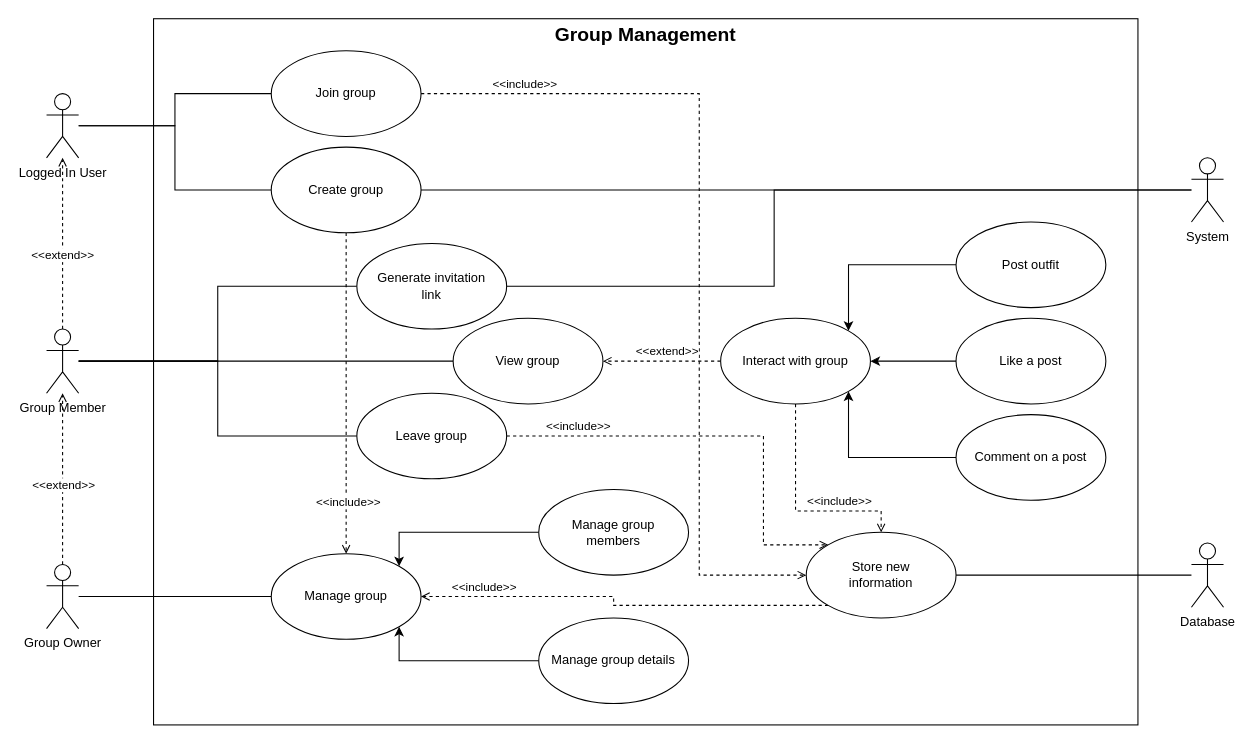
Before: docs/diagrams/ucd-group-management.drawio in gienon-fer/SeekFit, a draw.io diagram. Source tidied: cells renumbered, new cells numbered last; positions are measured from the earlier drawing's top-left corner, leaving out a move shared by most shapes. Both pictures are drawn from the tidied source at 107%, with x=0, y=0 at pixel (46, 18).
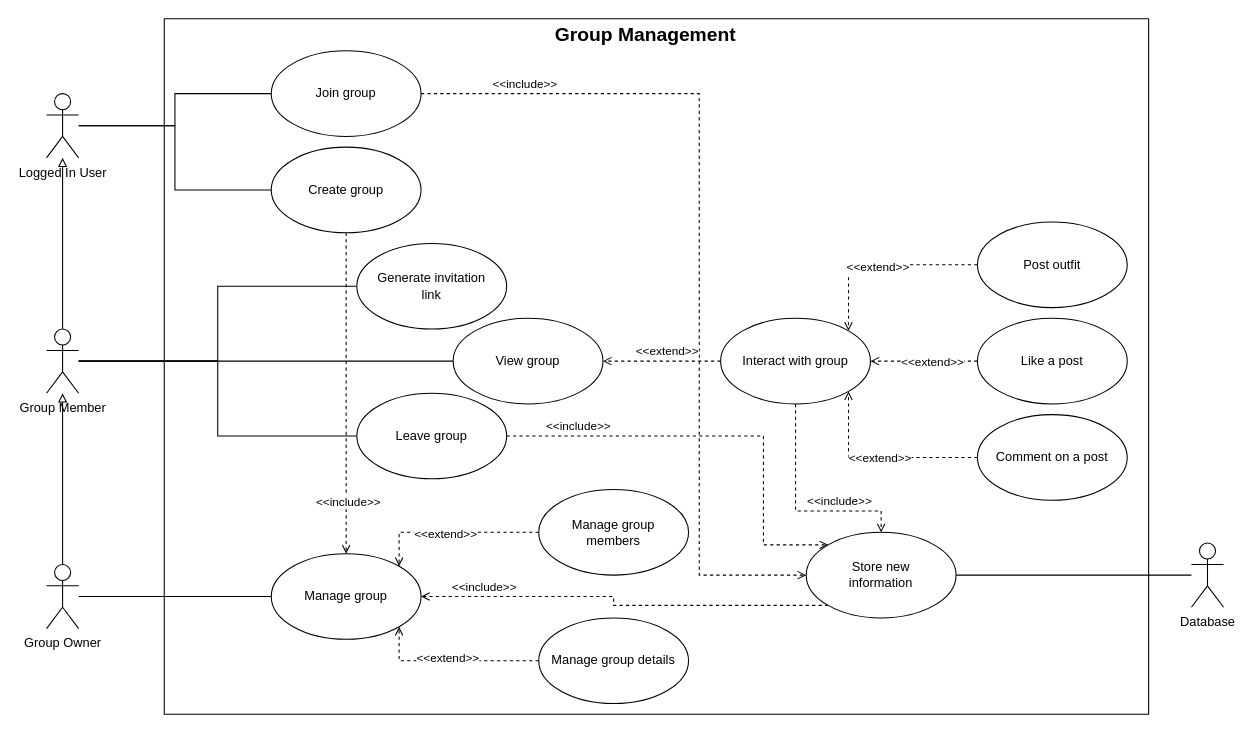
The same diagram, later.

Commit message:
Corercted group management UCD

The change refers to these unchanged cells:
```xml
<mxCell id="5" value="Logged In User" style="shape=umlActor;verticalLabelPosition=bottom;verticalAlign=top;html=1;outlineConnect=0;" parent="1" vertex="1">
  <mxGeometry y="70" width="30" height="60" as="geometry" />
</mxCell>
<mxCell id="11" value="Group Owner" style="shape=umlActor;verticalLabelPosition=bottom;verticalAlign=top;html=1;outlineConnect=0;" parent="1" vertex="1">
  <mxGeometry y="510" width="30" height="60" as="geometry" />
</mxCell>
<mxCell id="17" value="Group Member" style="shape=umlActor;verticalLabelPosition=bottom;verticalAlign=top;html=1;outlineConnect=0;" parent="1" vertex="1">
  <mxGeometry y="290" width="30" height="60" as="geometry" />
</mxCell>
<mxCell id="20" value="Create group" style="ellipse;whiteSpace=wrap;html=1;" parent="1" vertex="1">
  <mxGeometry x="210" y="120" width="140" height="80" as="geometry" />
</mxCell>
<mxCell id="25" value="&lt;div&gt;Manage group&lt;/div&gt;&lt;div&gt;members&lt;/div&gt;" style="ellipse;whiteSpace=wrap;html=1;" parent="1" vertex="1">
  <mxGeometry x="460" y="440" width="140" height="80" as="geometry" />
</mxCell>
<mxCell id="27" value="Manage group details" style="ellipse;whiteSpace=wrap;html=1;" parent="1" vertex="1">
  <mxGeometry x="460" y="560" width="140" height="80" as="geometry" />
</mxCell>
<mxCell id="28" value="Manage group" style="ellipse;whiteSpace=wrap;html=1;" parent="1" vertex="1">
  <mxGeometry x="210" y="500" width="140" height="80" as="geometry" />
</mxCell>
<mxCell id="29" value="&lt;div&gt;Generate invitation&lt;/div&gt;&lt;div&gt;link&lt;br&gt;&lt;/div&gt;" style="ellipse;whiteSpace=wrap;html=1;" parent="1" vertex="1">
  <mxGeometry x="290" y="210" width="140" height="80" as="geometry" />
</mxCell>
<mxCell id="38" value="Interact with group" style="ellipse;whiteSpace=wrap;html=1;" parent="1" vertex="1">
  <mxGeometry x="630" y="280" width="140" height="80" as="geometry" />
</mxCell>
```

What changed in the source:
```diff
@@
-    <mxCell id="2" style="rounded=0;whiteSpace=wrap;html=1;" parent="1" vertex="1">
-      <mxGeometry x="100" width="920" height="660" as="geometry" />
-    </mxCell>
@@
-    <mxCell id="8" style="edgeStyle=orthogonalEdgeStyle;rounded=0;jettySize=auto;html=1;dashed=1;endArrow=open;endFill=0;" parent="1" edge="1" source="11" target="17">
+    <mxCell id="8" style="edgeStyle=orthogonalEdgeStyle;rounded=0;jettySize=auto;html=1;endArrow=block;endFill=0;" parent="1" edge="1" source="11" target="17">
       <mxGeometry relative="1" as="geometry" />
     </mxCell>
-    <mxCell id="9" value="&amp;lt;&amp;lt;extend&amp;gt;&amp;gt;" style="edgeLabel;html=1;align=center;verticalAlign=middle;" parent="8" vertex="1">
-      <mxGeometry x="-0.06" relative="1" as="geometry" />
-    </mxCell>
@@
-    <mxCell id="12" style="edgeStyle=orthogonalEdgeStyle;rounded=0;jettySize=auto;html=1;dashed=1;endArrow=open;endFill=0;" parent="1" edge="1" source="17" target="5">
+    <mxCell id="12" style="edgeStyle=orthogonalEdgeStyle;rounded=0;jettySize=auto;html=1;endArrow=block;endFill=0;" parent="1" edge="1" source="17" target="5">
       <mxGeometry relative="1" as="geometry" />
     </mxCell>
-    <mxCell id="13" value="&amp;lt;&amp;lt;extend&amp;gt;&amp;gt;" style="edgeLabel;html=1;align=center;verticalAlign=middle;" parent="12" vertex="1">
-      <mxGeometry x="-0.12" y="1" relative="1" as="geometry" />
-    </mxCell>
@@
-    <mxCell id="24" style="edgeStyle=orthogonalEdgeStyle;rounded=0;jettySize=auto;html=1;exitX=0;exitY=0.5;exitDx=0;exitDy=0;entryX=1;entryY=0;entryDx=0;entryDy=0;" parent="1" edge="1" source="25" target="28">
+    <mxCell id="24" style="edgeStyle=orthogonalEdgeStyle;rounded=0;jettySize=auto;html=1;exitX=0;exitY=0.5;exitDx=0;exitDy=0;entryX=1;entryY=0;entryDx=0;entryDy=0;dashed=1;endArrow=open;endFill=0;" parent="1" edge="1" source="25" target="28">
       <mxGeometry relative="1" as="geometry">
         <Array as="points">
           <mxPoint x="330" y="480" />
         </Array>
       </mxGeometry>
     </mxCell>
+    <mxCell id="52" value="&amp;lt;&amp;lt;extend&amp;gt;&amp;gt;" style="edgeLabel;html=1;align=center;verticalAlign=middle;" parent="24" vertex="1">
+      <mxGeometry x="0.09" y="1" relative="1" as="geometry" />
+    </mxCell>
@@
-    <mxCell id="26" style="edgeStyle=orthogonalEdgeStyle;rounded=0;jettySize=auto;html=1;exitX=0;exitY=0.5;exitDx=0;exitDy=0;entryX=1;entryY=1;entryDx=0;entryDy=0;" parent="1" edge="1" source="27" target="28">
+    <mxCell id="26" style="edgeStyle=orthogonalEdgeStyle;rounded=0;jettySize=auto;html=1;exitX=0;exitY=0.5;exitDx=0;exitDy=0;entryX=1;entryY=1;entryDx=0;entryDy=0;dashed=1;endArrow=open;endFill=0;" parent="1" edge="1" source="27" target="28">
       <mxGeometry relative="1" as="geometry">
         <Array as="points">
           <mxPoint x="330" y="600" />
         </Array>
       </mxGeometry>
     </mxCell>
+    <mxCell id="53" value="&amp;lt;&amp;lt;extend&amp;gt;&amp;gt;" style="edgeLabel;html=1;align=center;verticalAlign=middle;" parent="26" vertex="1">
+      <mxGeometry x="0.06" y="-3" relative="1" as="geometry" />
+    </mxCell>
@@
-    <mxCell id="39" style="edgeStyle=orthogonalEdgeStyle;rounded=0;jettySize=auto;html=1;entryX=1;entryY=0;entryDx=0;entryDy=0;" parent="1" edge="1" source="40" target="38">
+    <mxCell id="39" style="edgeStyle=orthogonalEdgeStyle;rounded=0;jettySize=auto;html=1;entryX=1;entryY=0;entryDx=0;entryDy=0;startArrow=none;startFill=0;endArrow=open;endFill=0;dashed=1;" parent="1" edge="1" source="40" target="38">
       <mxGeometry relative="1" as="geometry" />
     </mxCell>
-    <mxCell id="40" value="Post outfit" style="ellipse;whiteSpace=wrap;html=1;" parent="1" vertex="1">
-      <mxGeometry x="850" y="190" width="140" height="80" as="geometry" />
-    </mxCell>
+    <mxCell id="54" value="&amp;lt;&amp;lt;extend&amp;gt;&amp;gt;" style="edgeLabel;html=1;align=center;verticalAlign=middle;" parent="39" vertex="1">
+      <mxGeometry x="0.03" y="1" relative="1" as="geometry" />
+    </mxCell>
-    <mxCell id="41" style="edgeStyle=orthogonalEdgeStyle;rounded=0;jettySize=auto;html=1;exitX=0;exitY=0.5;exitDx=0;exitDy=0;entryX=1;entryY=0.5;entryDx=0;entryDy=0;" parent="1" edge="1" source="42" target="38">
+    <mxCell id="41" style="edgeStyle=orthogonalEdgeStyle;rounded=0;jettySize=auto;html=1;exitX=0;exitY=0.5;exitDx=0;exitDy=0;entryX=1;entryY=0.5;entryDx=0;entryDy=0;dashed=1;endArrow=open;endFill=0;" parent="1" edge="1" source="42" target="38">
       <mxGeometry relative="1" as="geometry" />
     </mxCell>
-    <mxCell id="42" value="Like a post" style="ellipse;whiteSpace=wrap;html=1;" parent="1" vertex="1">
-      <mxGeometry x="850" y="280" width="140" height="80" as="geometry" />
-    </mxCell>
+    <mxCell id="55" value="&amp;lt;&amp;lt;extend&amp;gt;&amp;gt;" style="edgeLabel;html=1;align=center;verticalAlign=middle;" parent="41" vertex="1">
+      <mxGeometry x="0.27" y="-3" relative="1" as="geometry">
+        <mxPoint x="21" y="3" as="offset" />
+      </mxGeometry>
+    </mxCell>
-    <mxCell id="43" style="edgeStyle=orthogonalEdgeStyle;rounded=0;jettySize=auto;html=1;exitX=0;exitY=0.5;exitDx=0;exitDy=0;entryX=1;entryY=1;entryDx=0;entryDy=0;" parent="1" edge="1" source="44" target="38">
+    <mxCell id="43" style="edgeStyle=orthogonalEdgeStyle;rounded=0;jettySize=auto;html=1;exitX=0;exitY=0.5;exitDx=0;exitDy=0;entryX=1;entryY=1;entryDx=0;entryDy=0;endArrow=open;endFill=0;dashed=1;" parent="1" edge="1" source="44" target="38">
       <mxGeometry relative="1" as="geometry" />
     </mxCell>
-    <mxCell id="44" value="Comment on a post" style="ellipse;whiteSpace=wrap;html=1;" parent="1" vertex="1">
-      <mxGeometry x="850" y="370" width="140" height="80" as="geometry" />
-    </mxCell>
+    <mxCell id="56" value="&amp;lt;&amp;lt;extend&amp;gt;&amp;gt;" style="edgeLabel;html=1;align=center;verticalAlign=middle;" parent="43" vertex="1">
+      <mxGeometry x="0.02" relative="1" as="geometry">
+        <mxPoint x="1" as="offset" />
+      </mxGeometry>
+    </mxCell>
@@
-    <mxCell id="49" style="edgeStyle=orthogonalEdgeStyle;rounded=0;jettySize=auto;html=1;entryX=1;entryY=0.5;entryDx=0;entryDy=0;endArrow=none;endFill=0;" parent="1" edge="1" source="51" target="20">
-      <mxGeometry relative="1" as="geometry" />
-    </mxCell>
-    <mxCell id="50" style="edgeStyle=orthogonalEdgeStyle;rounded=0;jettySize=auto;html=1;entryX=1;entryY=0.5;entryDx=0;entryDy=0;endArrow=none;endFill=0;" parent="1" edge="1" source="51" target="29">
-      <mxGeometry relative="1" as="geometry">
-        <Array as="points">
-          <mxPoint x="680" y="160" />
-          <mxPoint x="680" y="250" />
-        </Array>
-      </mxGeometry>
-    </mxCell>
-    <mxCell id="51" value="System" style="shape=umlActor;verticalLabelPosition=bottom;verticalAlign=top;html=1;outlineConnect=0;" parent="1" vertex="1">
-      <mxGeometry x="1070" y="130" width="30" height="60" as="geometry" />
-    </mxCell>
+    <mxCell id="57" style="swimlane;startSize=0;" parent="1" vertex="1">
+      <mxGeometry x="110" width="920" height="650" as="geometry" />
+    </mxCell>
+    <mxCell id="42" value="Like a post" style="ellipse;whiteSpace=wrap;html=1;" parent="57" vertex="1">
+      <mxGeometry x="760" y="280" width="140" height="80" as="geometry" />
+    </mxCell>
+    <mxCell id="40" value="Post outfit" style="ellipse;whiteSpace=wrap;html=1;" parent="57" vertex="1">
+      <mxGeometry x="760" y="190" width="140" height="80" as="geometry" />
+    </mxCell>
+    <mxCell id="44" value="Comment on a post" style="ellipse;whiteSpace=wrap;html=1;" parent="57" vertex="1">
+      <mxGeometry x="760" y="370" width="140" height="80" as="geometry" />
+    </mxCell>
```
